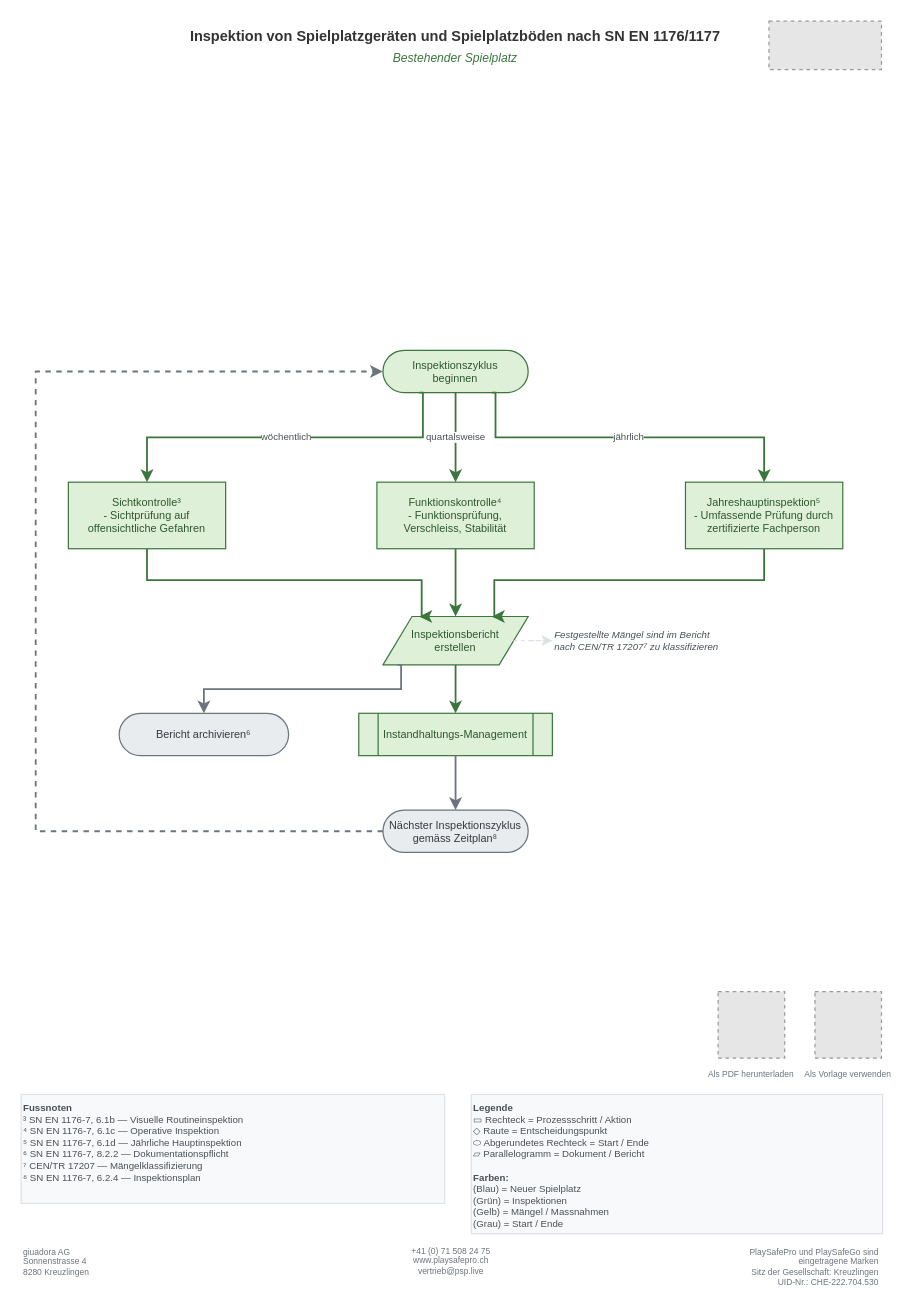
Before: Inspektion-von-Spielplatzgeraeten-und-Spielplatzboeden/Bestehender-Spielplatz.drawio in giuadora/ch.playsafepro.flowcharts, a draw.io diagram. Source tidied: cells renumbered, new cells numbered last; positions are measured from the earlier drawing's top-left corner, leaving out a move shared by most shapes. Both pictures are drawn from the tidied source at 121%, with x=0, y=0 at pixel (21, 21). Pictures stored in the file or linked from it are replaced by grey dashed boxes.
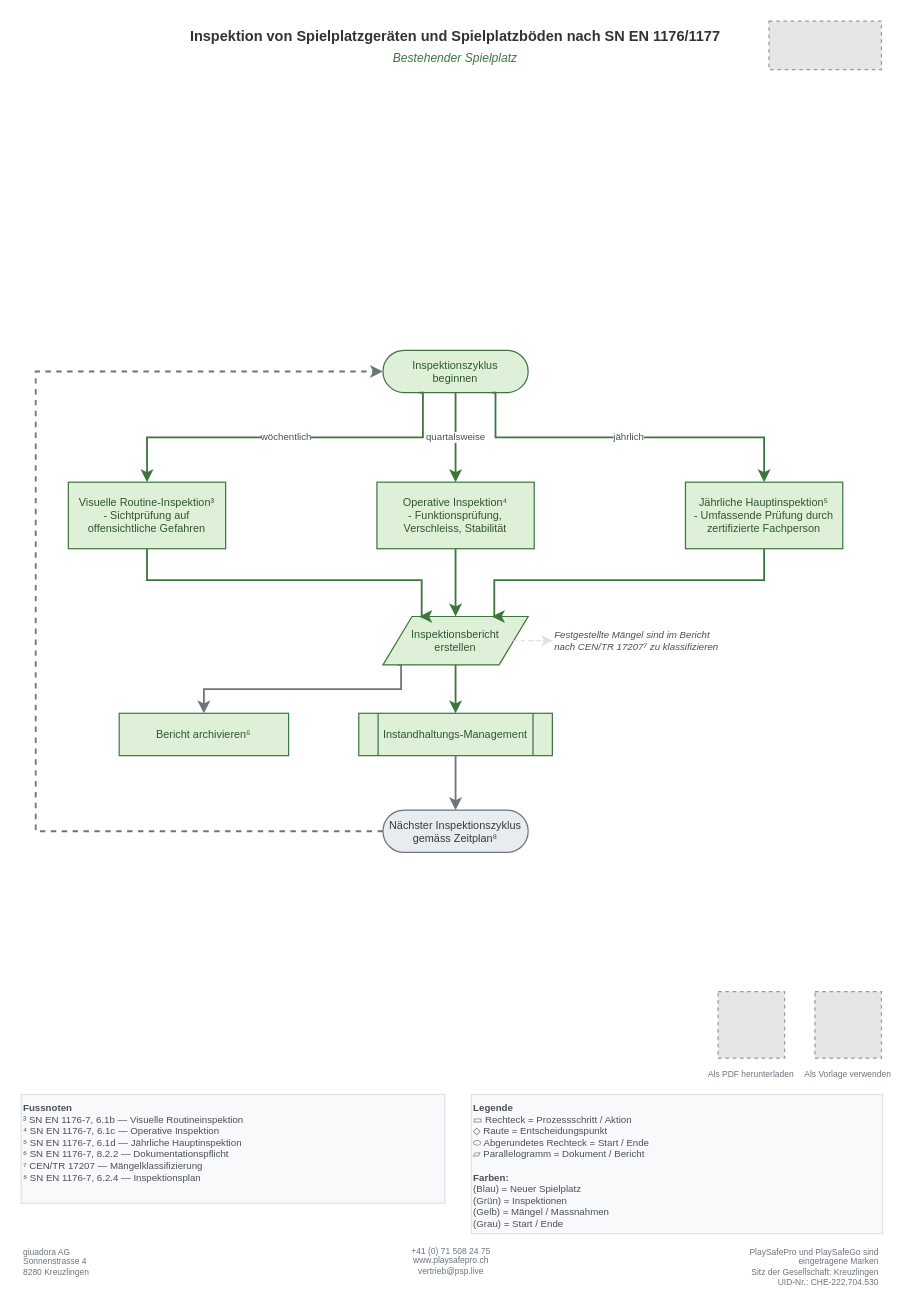
The same page after the edit.

Commit message:
feat(08-02): apply FC2 node modifications for norm compliance

- Restyle P01 "Bericht archivieren" as green rectangle (NODE-03)
- Rename E01 to "Visuelle Routine-Inspektion" per SN EN 1176-7 6.1b (NODE-04a)
- Rename E02 to "Operative Inspektion" per SN EN 1176-7 6.1c (NODE-04b)
- Rename E03 to "Jährliche Hauptinspektion" per SN EN 1176-7 6.1d (NODE-04c)
- Audited footnote coverage: all norm-referenced nodes carry superscripts (REF-01)
- Verified FC2 footnotes box contains only footnotes 3-8 (REF-03)

What changed in the source:
```diff
@@
-    <mxCell id="9" value="Sichtkontrolle³&lt;br&gt;- Sichtprüfung auf&lt;br&gt;offensichtliche Gefahren" style="rounded=0;whiteSpace=wrap;html=1;fillColor=#DFF0D8;strokeColor=#3C763D;fontColor=#2D572C;fontSize=9;fontFamily=Helvetica;align=center;" parent="1" vertex="1">
+    <mxCell id="9" value="Visuelle Routine-Inspektion³&lt;br&gt;- Sichtprüfung auf&lt;br&gt;offensichtliche Gefahren" style="rounded=0;whiteSpace=wrap;html=1;fillColor=#DFF0D8;strokeColor=#3C763D;fontColor=#2D572C;fontSize=9;fontFamily=Helvetica;align=center;" parent="1" vertex="1">
       <mxGeometry x="39" y="381" width="130" height="55" as="geometry" />
     </mxCell>
-    <mxCell id="10" value="Funktionskontrolle⁴&lt;br&gt;- Funktionsprüfung,&lt;br&gt;Verschleiss, Stabilität" style="rounded=0;whiteSpace=wrap;html=1;fillColor=#DFF0D8;strokeColor=#3C763D;fontColor=#2D572C;fontSize=9;fontFamily=Helvetica;align=center;" parent="1" vertex="1">
+    <mxCell id="10" value="Operative Inspektion⁴&lt;br&gt;- Funktionsprüfung,&lt;br&gt;Verschleiss, Stabilität" style="rounded=0;whiteSpace=wrap;html=1;fillColor=#DFF0D8;strokeColor=#3C763D;fontColor=#2D572C;fontSize=9;fontFamily=Helvetica;align=center;" parent="1" vertex="1">
       <mxGeometry x="294" y="381" width="130" height="55" as="geometry" />
     </mxCell>
-    <mxCell id="11" value="Jahreshauptinspektion⁵&lt;br&gt;- Umfassende Prüfung durch&lt;br&gt;zertifizierte Fachperson" style="rounded=0;whiteSpace=wrap;html=1;fillColor=#DFF0D8;strokeColor=#3C763D;fontColor=#2D572C;fontSize=9;fontFamily=Helvetica;align=center;" parent="1" vertex="1">
+    <mxCell id="11" value="Jährliche Hauptinspektion⁵&lt;br&gt;- Umfassende Prüfung durch&lt;br&gt;zertifizierte Fachperson" style="rounded=0;whiteSpace=wrap;html=1;fillColor=#DFF0D8;strokeColor=#3C763D;fontColor=#2D572C;fontSize=9;fontFamily=Helvetica;align=center;" parent="1" vertex="1">
       <mxGeometry x="549" y="381" width="130" height="55" as="geometry" />
     </mxCell>
@@
-    <mxCell id="14" value="Bericht archivieren⁶" style="rounded=1;whiteSpace=wrap;html=1;fillColor=#E9ECEF;strokeColor=#6C757D;fontColor=#343A40;fontSize=9;fontFamily=Helvetica;arcSize=50;" parent="1" vertex="1">
+    <mxCell id="14" value="Bericht archivieren⁶" style="rounded=0;whiteSpace=wrap;html=1;fillColor=#DFF0D8;strokeColor=#3C763D;fontColor=#2D572C;fontSize=9;fontFamily=Helvetica;" parent="1" vertex="1">
       <mxGeometry x="81" y="572" width="140" height="35" as="geometry" />
     </mxCell>
```
